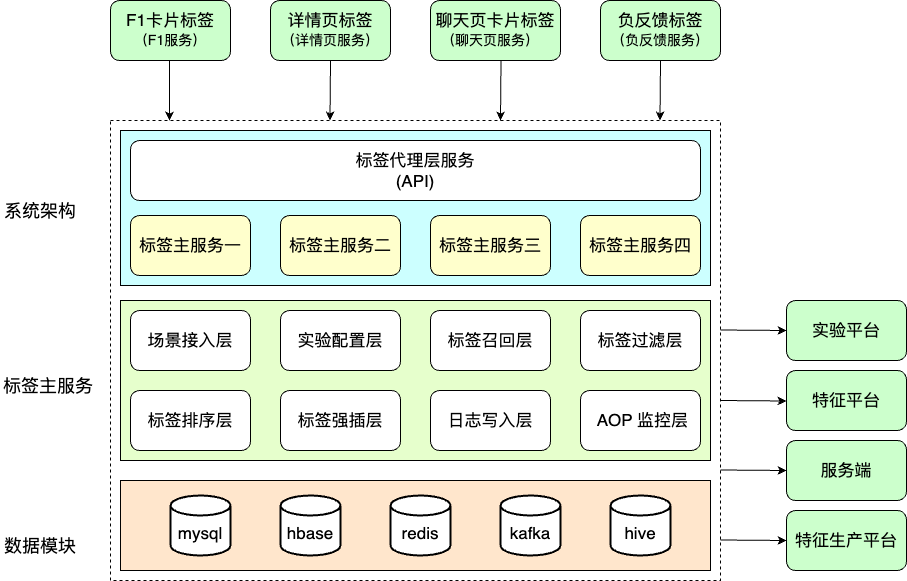
Before: work-draw-file/标签平台架构图.png, a diagram exported from draw.io (liujunao/draw-data). Source tidied: cells renumbered, new cells last; positions are measured from the earlier drawing's top-left corner, leaving out a move shared by most shapes.
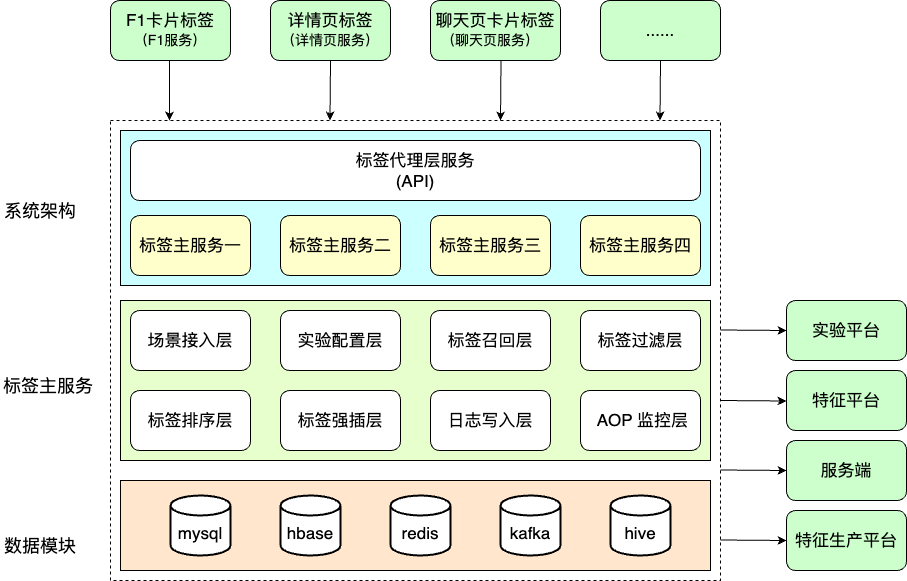
Later version of the same file.

Commit message:
更新标签平台架构图.png

Diff of the diagram source:
```diff
@@ -23,7 +23,7 @@
     <mxCell id="8" value="&lt;font size=&quot;3&quot;&gt;聊天页卡片标签&lt;br&gt;&lt;br&gt;&lt;/font&gt;" style="rounded=1;whiteSpace=wrap;html=1;fillColor=#CCFFCC;" parent="1" vertex="1">
       <mxGeometry x="430" width="130" height="60" as="geometry" />
     </mxCell>
-    <mxCell id="9" value="&lt;font size=&quot;3&quot;&gt;负反馈标签&lt;br&gt;&lt;br&gt;&lt;/font&gt;" style="rounded=1;whiteSpace=wrap;html=1;fillColor=#CCFFCC;" parent="1" vertex="1">
+    <mxCell id="9" value="&lt;font size=&quot;3&quot;&gt;......&lt;br&gt;&lt;/font&gt;" style="rounded=1;whiteSpace=wrap;html=1;fillColor=#CCFFCC;" parent="1" vertex="1">
       <mxGeometry x="600" width="120" height="60" as="geometry" />
     </mxCell>
     <mxCell id="10" value="&lt;font size=&quot;3&quot;&gt;标签代理层服务&lt;br&gt;(API)&lt;br&gt;&lt;/font&gt;" style="rounded=1;whiteSpace=wrap;html=1;" parent="1" vertex="1">
@@ -107,9 +107,6 @@
     <mxCell id="36" value="&lt;font style=&quot;font-size: 14px;&quot;&gt;（聊天页服务）&lt;/font&gt;" style="text;html=1;strokeColor=none;fillColor=none;align=center;verticalAlign=middle;whiteSpace=wrap;rounded=0;" parent="1" vertex="1">
       <mxGeometry x="440" y="30" width="100" height="20" as="geometry" />
     </mxCell>
-    <mxCell id="37" value="&lt;font style=&quot;font-size: 14px;&quot;&gt;（负反馈服务）&lt;/font&gt;" style="text;html=1;strokeColor=none;fillColor=none;align=center;verticalAlign=middle;whiteSpace=wrap;rounded=0;" parent="1" vertex="1">
-      <mxGeometry x="610" y="30" width="100" height="20" as="geometry" />
-    </mxCell>
     <mxCell id="38" style="endArrow=classic;html=1;rounded=0;" parent="1" edge="1">
       <mxGeometry relative="1" as="geometry">
         <mxPoint x="169" y="60" as="sourcePoint" />
```
